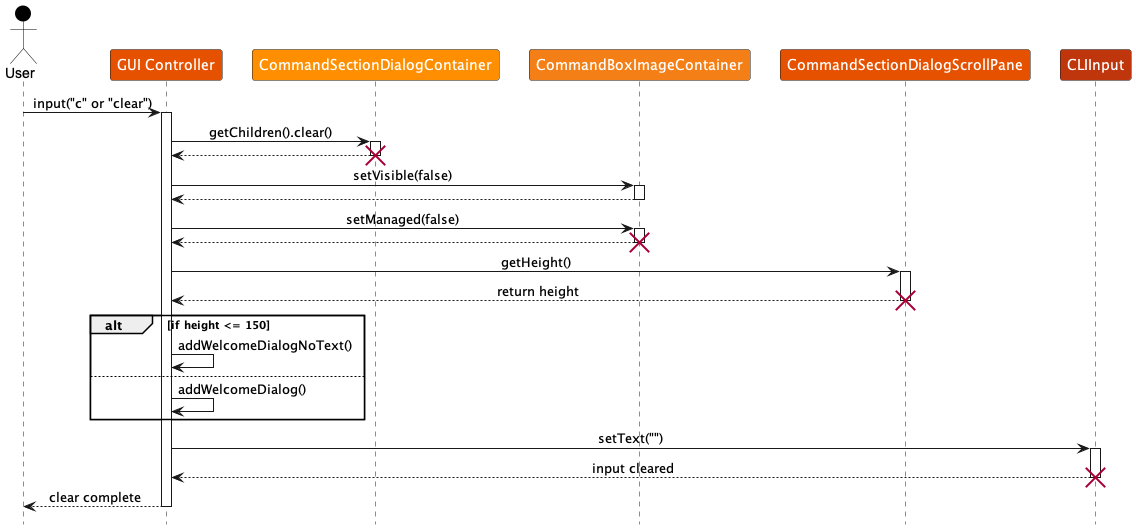
The PlantUML diagram docs/images/ClearTerminalSequenceDiagram.png in Emberlynn-Loo/tp, before a commit.
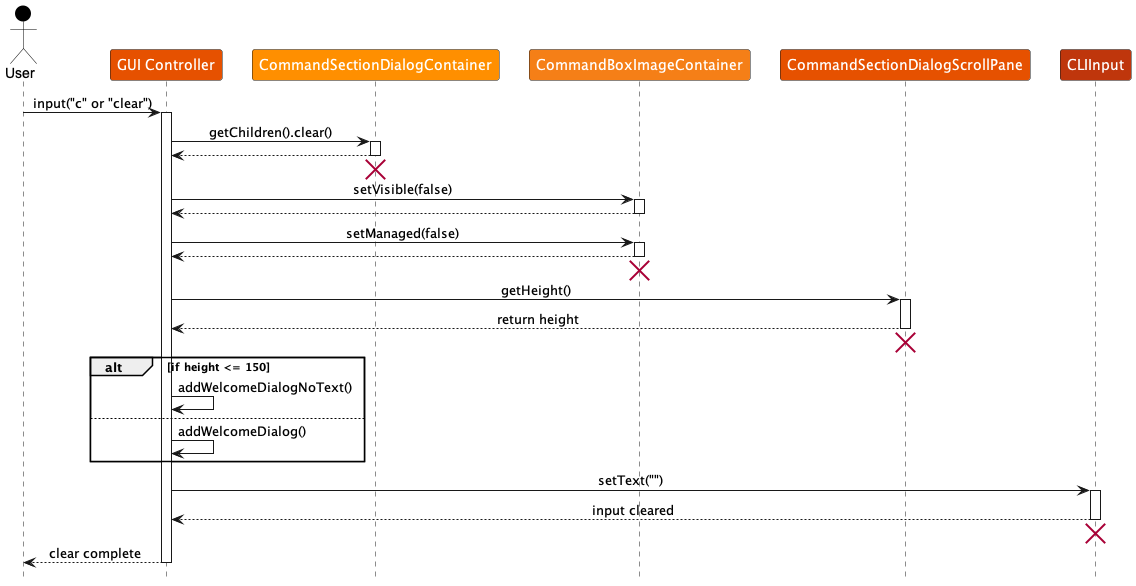
Above is the later version.

What changed in the source:
```diff
@@ -21,6 +21,7 @@
 activate dialogContainer
 dialogContainer --> controller
 deactivate dialogContainer
+dialogContainer --[hidden]> controller :
 destroy dialogContainer
 
 controller -> imageContainer : setVisible(false)
@@ -32,12 +33,14 @@
 activate imageContainer
 imageContainer --> controller
 deactivate imageContainer
+imageContainer --[hidden]> controller :
 destroy imageContainer
 
 controller -> scrollPane : getHeight()
 activate scrollPane
 scrollPane --> controller : return height
 deactivate scrollPane
+scrollPane --[hidden]> controller :
 destroy scrollPane
 
 alt if height <= 150
@@ -50,6 +53,7 @@
 activate cliInput
 cliInput --> controller : input cleared
 deactivate cliInput
+cliInput --[hidden]> controller :
 destroy cliInput
 
 controller --> user : clear complete
```
